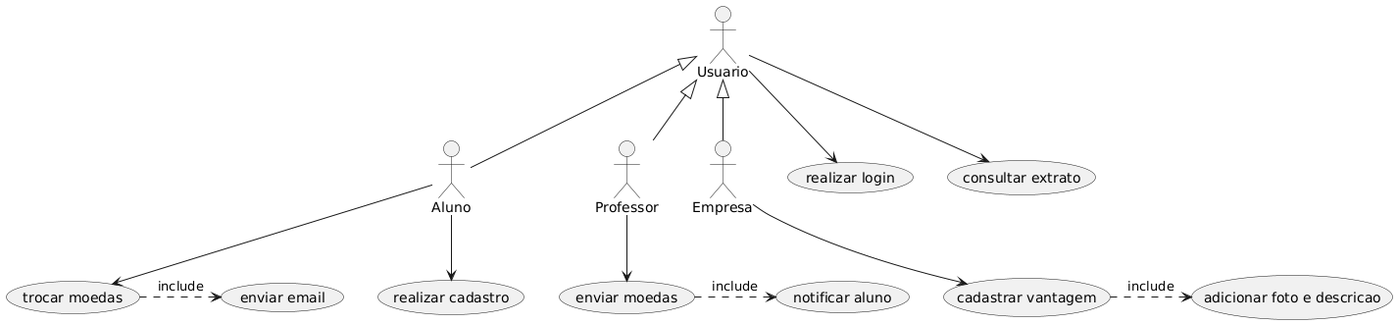
pedrolucas444/LabDeSofware3 keeps this PlantUML diagram as projeto/usecase-diagram.png. Above is the earlier version. Its diagram source:
```plantuml
@startuml
:Usuario:
:Aluno:
:Professor:
:Empresa:

Usuario <|-- Aluno
Usuario <|-- Professor
Usuario <|-- Empresa

Usuario --> (realizar login)
Usuario --> (consultar extrato)

Aluno --> (realizar cadastro)
Aluno --> (trocar moedas)

Professor --> (enviar moedas)

Empresa --> (cadastrar vantagem)

(trocar moedas) .> (enviar email) : include
(enviar moedas) .> (notificar aluno) : include
(cadastrar vantagem) .> (adicionar foto e descricao) : include
@enduml
```
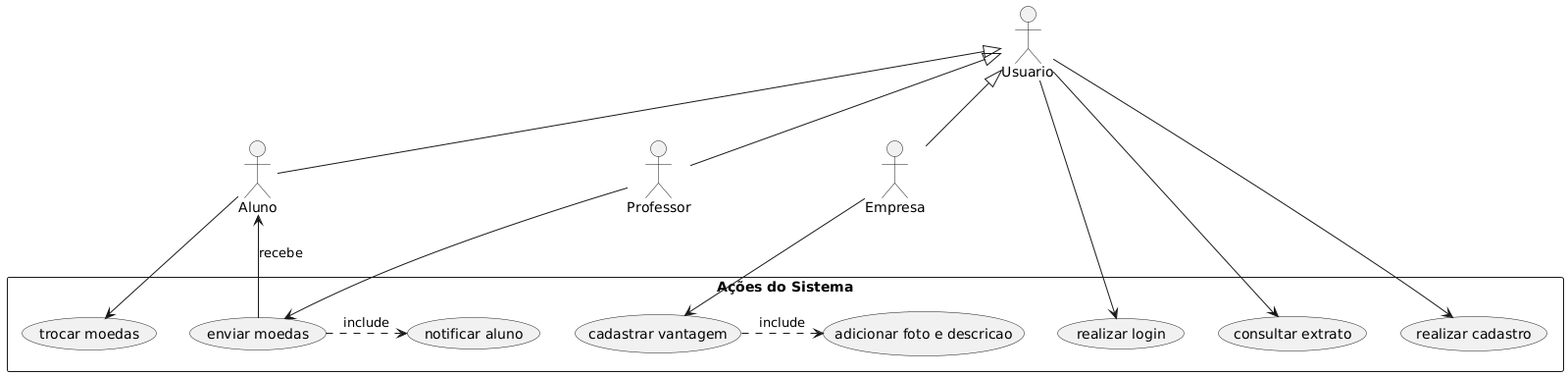
The same diagram one commit later.

Commit message:
correcao usecase-diagram

What changed in the source:
```diff
@@ -8,17 +8,27 @@
 Usuario <|-- Professor
 Usuario <|-- Empresa
 
+rectangle "Ações do Sistema" {
+  (realizar login)
+  (consultar extrato)
+  (realizar cadastro)
+  (trocar moedas)
+  (enviar moedas)
+  (cadastrar vantagem)
+  (notificar aluno)
+  (adicionar foto e descricao)
+}
+
 Usuario --> (realizar login)
 Usuario --> (consultar extrato)
+Usuario --> (realizar cadastro)
 
-Aluno --> (realizar cadastro)
 Aluno --> (trocar moedas)
 
 Professor --> (enviar moedas)
+(enviar moedas) --> :Aluno: : recebe
+(enviar moedas) .> (notificar aluno) : include
 
 Empresa --> (cadastrar vantagem)
-
-(trocar moedas) .> (enviar email) : include
-(enviar moedas) .> (notificar aluno) : include
 (cadastrar vantagem) .> (adicionar foto e descricao) : include
 @enduml
```
